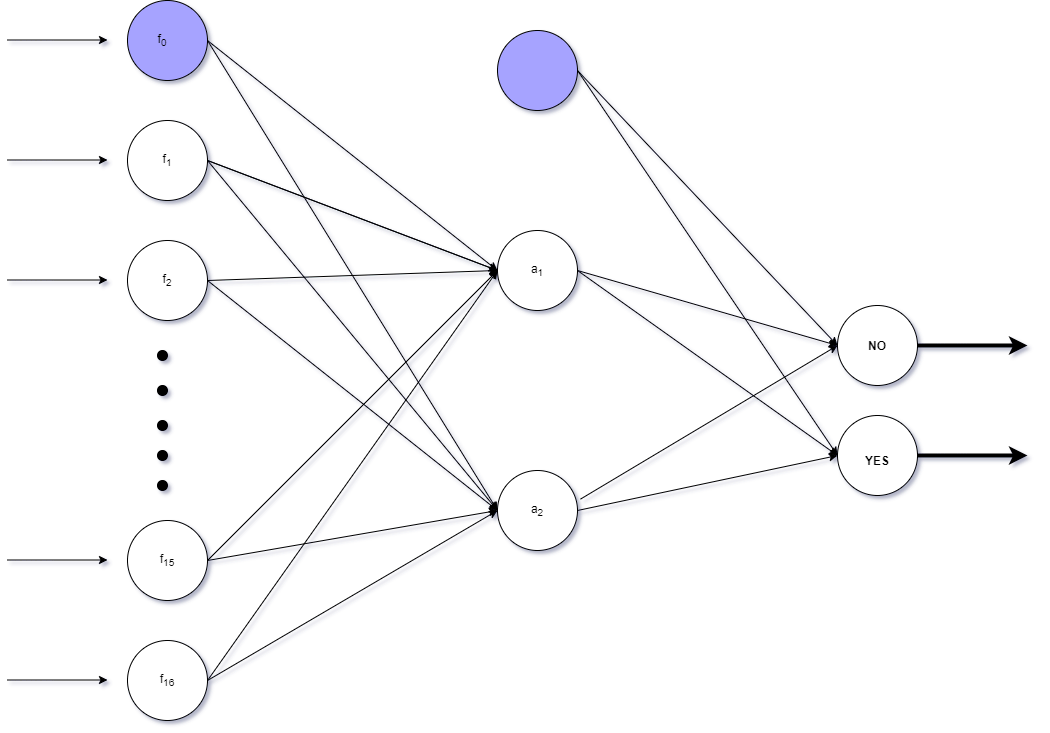
Earlier version of the draw.io export neuralNetwork.png (XavierCharlie/ML_Assignment). Source tidied: cells renumbered, new cells last; positions are measured from the earlier drawing's top-left corner, leaving out a move shared by most shapes. Source of this version:
```xml
<mxGraphModel shadow="1">
  <root>
    <mxCell id="0" />
    <mxCell id="1" parent="0" />
    <mxCell id="2" style="ellipse;whiteSpace=wrap;html=1;fillColor=#A6A3FF;" parent="1" vertex="1">
      <mxGeometry x="120" width="80" height="80" as="geometry" />
    </mxCell>
    <mxCell id="3" style="ellipse;whiteSpace=wrap;html=1;" parent="1" vertex="1">
      <mxGeometry x="120" y="120" width="80" height="80" as="geometry" />
    </mxCell>
    <mxCell id="4" style="ellipse;whiteSpace=wrap;html=1;" parent="1" vertex="1">
      <mxGeometry x="120" y="240" width="80" height="80" as="geometry" />
    </mxCell>
    <mxCell id="5" style="ellipse;whiteSpace=wrap;html=1;" parent="1" vertex="1">
      <mxGeometry x="120" y="520" width="80" height="80" as="geometry" />
    </mxCell>
    <mxCell id="6" style="ellipse;whiteSpace=wrap;html=1;fillColor=#000000;" parent="1" vertex="1">
      <mxGeometry x="150" y="350" width="10" height="10" as="geometry" />
    </mxCell>
    <mxCell id="7" style="ellipse;whiteSpace=wrap;html=1;fillColor=#000000;" parent="1" vertex="1">
      <mxGeometry x="150" y="385" width="10" height="10" as="geometry" />
    </mxCell>
    <mxCell id="8" style="ellipse;whiteSpace=wrap;html=1;fillColor=#000000;" parent="1" vertex="1">
      <mxGeometry x="150" y="420" width="10" height="10" as="geometry" />
    </mxCell>
    <mxCell id="9" style="ellipse;whiteSpace=wrap;html=1;fillColor=#000000;" parent="1" vertex="1">
      <mxGeometry x="150" y="450" width="10" height="10" as="geometry" />
    </mxCell>
    <mxCell id="10" style="ellipse;whiteSpace=wrap;html=1;fillColor=#000000;" parent="1" vertex="1">
      <mxGeometry x="150" y="480" width="10" height="10" as="geometry" />
    </mxCell>
    <mxCell id="11" style="ellipse;whiteSpace=wrap;html=1;" parent="1" vertex="1">
      <mxGeometry x="120" y="640" width="80" height="80" as="geometry" />
    </mxCell>
    <mxCell id="12" value="f&lt;sub&gt;2&lt;/sub&gt;" style="text;html=1;strokeColor=none;fillColor=none;align=center;verticalAlign=middle;whiteSpace=wrap;rounded=0;" parent="1" vertex="1">
      <mxGeometry x="140" y="270" width="40" height="20" as="geometry" />
    </mxCell>
    <mxCell id="13" value="f&lt;sub&gt;0&lt;/sub&gt;" style="text;html=1;strokeColor=none;fillColor=none;align=center;verticalAlign=middle;whiteSpace=wrap;rounded=0;" parent="1" vertex="1">
      <mxGeometry x="135" y="30" width="40" height="20" as="geometry" />
    </mxCell>
    <mxCell id="14" value="f&lt;sub&gt;1&lt;/sub&gt;" style="text;html=1;strokeColor=none;fillColor=none;align=center;verticalAlign=middle;whiteSpace=wrap;rounded=0;" parent="1" vertex="1">
      <mxGeometry x="140" y="150" width="40" height="20" as="geometry" />
    </mxCell>
    <mxCell id="15" value="f&lt;sub&gt;16&lt;/sub&gt;" style="text;html=1;strokeColor=none;fillColor=none;align=center;verticalAlign=middle;whiteSpace=wrap;rounded=0;" parent="1" vertex="1">
      <mxGeometry x="140" y="670" width="40" height="20" as="geometry" />
    </mxCell>
    <mxCell id="16" value="f&lt;sub&gt;15&lt;/sub&gt;" style="text;html=1;strokeColor=none;fillColor=none;align=center;verticalAlign=middle;whiteSpace=wrap;rounded=0;" parent="1" vertex="1">
      <mxGeometry x="140" y="550" width="40" height="20" as="geometry" />
    </mxCell>
    <mxCell id="17" style="endArrow=classic;html=1;" parent="1" edge="1">
      <mxGeometry relative="1" as="geometry">
        <mxPoint y="39.5" as="sourcePoint" />
        <mxPoint x="100" y="39.5" as="targetPoint" />
      </mxGeometry>
    </mxCell>
    <mxCell id="18" style="endArrow=classic;html=1;" parent="1" edge="1">
      <mxGeometry relative="1" as="geometry">
        <mxPoint y="159.5" as="sourcePoint" />
        <mxPoint x="100" y="159.5" as="targetPoint" />
      </mxGeometry>
    </mxCell>
    <mxCell id="19" style="endArrow=classic;html=1;" parent="1" edge="1">
      <mxGeometry relative="1" as="geometry">
        <mxPoint y="279.5" as="sourcePoint" />
        <mxPoint x="100" y="279.5" as="targetPoint" />
      </mxGeometry>
    </mxCell>
    <mxCell id="20" style="endArrow=classic;html=1;" parent="1" edge="1">
      <mxGeometry relative="1" as="geometry">
        <mxPoint y="559.5" as="sourcePoint" />
        <mxPoint x="100" y="559.5" as="targetPoint" />
      </mxGeometry>
    </mxCell>
    <mxCell id="21" style="endArrow=classic;html=1;" parent="1" edge="1">
      <mxGeometry relative="1" as="geometry">
        <mxPoint y="679.5" as="sourcePoint" />
        <mxPoint x="100" y="679.5" as="targetPoint" />
      </mxGeometry>
    </mxCell>
    <mxCell id="22" style="ellipse;whiteSpace=wrap;html=1;fillColor=#A6A3FF;" parent="1" vertex="1">
      <mxGeometry x="490" y="30" width="80" height="80" as="geometry" />
    </mxCell>
    <mxCell id="23" style="ellipse;whiteSpace=wrap;html=1;" parent="1" vertex="1">
      <mxGeometry x="490" y="230" width="80" height="80" as="geometry" />
    </mxCell>
    <mxCell id="24" value="a&lt;sub&gt;2&lt;/sub&gt;" style="ellipse;whiteSpace=wrap;html=1;" parent="1" vertex="1">
      <mxGeometry x="490" y="470" width="80" height="80" as="geometry" />
    </mxCell>
    <mxCell id="25" style="ellipse;whiteSpace=wrap;html=1;" parent="1" vertex="1">
      <mxGeometry x="830" y="305" width="80" height="80" as="geometry" />
    </mxCell>
    <mxCell id="26" style="ellipse;whiteSpace=wrap;html=1;" parent="1" vertex="1">
      <mxGeometry x="830" y="415" width="80" height="80" as="geometry" />
    </mxCell>
    <mxCell id="27" style="endArrow=classic;html=1;exitX=1;exitY=0.5;exitDx=0;exitDy=0;entryX=0;entryY=0.5;entryDx=0;entryDy=0;" parent="1" edge="1" source="3" target="23">
      <mxGeometry relative="1" as="geometry" />
    </mxCell>
    <mxCell id="28" style="endArrow=classic;html=1;exitX=1;exitY=0.5;exitDx=0;exitDy=0;entryX=0;entryY=0.5;entryDx=0;entryDy=0;" parent="1" edge="1" source="2" target="23">
      <mxGeometry relative="1" as="geometry" />
    </mxCell>
    <mxCell id="29" style="endArrow=classic;html=1;exitX=1;exitY=0.5;exitDx=0;exitDy=0;entryX=0;entryY=0.5;entryDx=0;entryDy=0;" parent="1" edge="1" source="2" target="24">
      <mxGeometry relative="1" as="geometry" />
    </mxCell>
    <mxCell id="30" style="endArrow=classic;html=1;exitX=1;exitY=0.5;exitDx=0;exitDy=0;entryX=0;entryY=0.5;entryDx=0;entryDy=0;" parent="1" edge="1" source="3" target="23">
      <mxGeometry relative="1" as="geometry" />
    </mxCell>
    <mxCell id="31" style="endArrow=classic;html=1;exitX=1;exitY=0.5;exitDx=0;exitDy=0;entryX=0;entryY=0.5;entryDx=0;entryDy=0;" parent="1" edge="1" source="4" target="23">
      <mxGeometry relative="1" as="geometry" />
    </mxCell>
    <mxCell id="32" style="endArrow=classic;html=1;exitX=1;exitY=0.5;exitDx=0;exitDy=0;entryX=0;entryY=0.5;entryDx=0;entryDy=0;" parent="1" edge="1" source="3" target="24">
      <mxGeometry relative="1" as="geometry" />
    </mxCell>
    <mxCell id="33" style="endArrow=classic;html=1;exitX=1;exitY=0.5;exitDx=0;exitDy=0;entryX=0;entryY=0.5;entryDx=0;entryDy=0;" parent="1" edge="1" source="4" target="24">
      <mxGeometry relative="1" as="geometry" />
    </mxCell>
    <mxCell id="34" style="endArrow=classic;html=1;exitX=1;exitY=0.5;exitDx=0;exitDy=0;entryX=0;entryY=0.5;entryDx=0;entryDy=0;" parent="1" edge="1" source="5" target="23">
      <mxGeometry relative="1" as="geometry" />
    </mxCell>
    <mxCell id="35" style="endArrow=classic;html=1;exitX=1;exitY=0.5;exitDx=0;exitDy=0;entryX=0;entryY=0.5;entryDx=0;entryDy=0;" parent="1" edge="1" source="5" target="24">
      <mxGeometry relative="1" as="geometry" />
    </mxCell>
    <mxCell id="36" style="endArrow=classic;html=1;exitX=1;exitY=0.5;exitDx=0;exitDy=0;entryX=0;entryY=0.5;entryDx=0;entryDy=0;" parent="1" edge="1" source="11" target="23">
      <mxGeometry relative="1" as="geometry" />
    </mxCell>
    <mxCell id="37" style="endArrow=classic;html=1;exitX=1;exitY=0.5;exitDx=0;exitDy=0;entryX=0;entryY=0.5;entryDx=0;entryDy=0;" parent="1" edge="1" source="11" target="24">
      <mxGeometry relative="1" as="geometry" />
    </mxCell>
    <mxCell id="38" style="endArrow=classic;html=1;exitX=1;exitY=0.5;exitDx=0;exitDy=0;entryX=0;entryY=0.5;entryDx=0;entryDy=0;" parent="1" edge="1" source="22" target="25">
      <mxGeometry relative="1" as="geometry" />
    </mxCell>
    <mxCell id="39" style="endArrow=classic;html=1;exitX=1;exitY=0.5;exitDx=0;exitDy=0;entryX=0;entryY=0.5;entryDx=0;entryDy=0;" parent="1" edge="1" source="23" target="25">
      <mxGeometry relative="1" as="geometry" />
    </mxCell>
    <mxCell id="40" style="endArrow=classic;html=1;exitX=1.037;exitY=0.358;exitDx=0;exitDy=0;exitPerimeter=0;entryX=0;entryY=0.5;entryDx=0;entryDy=0;" parent="1" edge="1" source="24" target="25">
      <mxGeometry relative="1" as="geometry" />
    </mxCell>
    <mxCell id="41" style="endArrow=classic;html=1;exitX=1;exitY=0.5;exitDx=0;exitDy=0;entryX=0;entryY=0.5;entryDx=0;entryDy=0;" parent="1" edge="1" source="22" target="26">
      <mxGeometry relative="1" as="geometry" />
    </mxCell>
    <mxCell id="42" style="endArrow=classic;html=1;entryX=0;entryY=0.5;entryDx=0;entryDy=0;exitX=1;exitY=0.5;exitDx=0;exitDy=0;" parent="1" edge="1" source="23" target="26">
      <mxGeometry relative="1" as="geometry" />
    </mxCell>
    <mxCell id="43" style="endArrow=classic;html=1;exitX=1;exitY=0.5;exitDx=0;exitDy=0;entryX=0;entryY=0.5;entryDx=0;entryDy=0;" parent="1" edge="1" source="24" target="26">
      <mxGeometry relative="1" as="geometry" />
    </mxCell>
    <mxCell id="44" style="endArrow=classic;html=1;exitX=1;exitY=0.5;exitDx=0;exitDy=0;rounded=0;strokeWidth=4;" parent="1" edge="1" source="25">
      <mxGeometry relative="1" as="geometry">
        <mxPoint x="1020" y="345" as="targetPoint" />
      </mxGeometry>
    </mxCell>
    <mxCell id="45" style="endArrow=classic;html=1;exitX=1;exitY=0.5;exitDx=0;exitDy=0;strokeWidth=4;" parent="1" edge="1" source="26">
      <mxGeometry relative="1" as="geometry">
        <mxPoint x="1020" y="455" as="targetPoint" />
      </mxGeometry>
    </mxCell>
    <mxCell id="46" value="&lt;b&gt;YES&lt;/b&gt;" style="text;html=1;strokeColor=none;fillColor=none;align=center;verticalAlign=middle;whiteSpace=wrap;rounded=0;" parent="1" vertex="1">
      <mxGeometry x="850" y="450" width="40" height="20" as="geometry" />
    </mxCell>
    <mxCell id="47" value="&lt;b&gt;NO&lt;/b&gt;" style="text;html=1;strokeColor=none;fillColor=none;align=center;verticalAlign=middle;whiteSpace=wrap;rounded=0;" parent="1" vertex="1">
      <mxGeometry x="850" y="335" width="40" height="20" as="geometry" />
    </mxCell>
    <mxCell id="48" value="a&lt;sub&gt;1&lt;/sub&gt;" style="text;html=1;strokeColor=none;fillColor=none;align=center;verticalAlign=middle;whiteSpace=wrap;rounded=0;" parent="1" vertex="1">
      <mxGeometry x="510" y="260" width="40" height="20" as="geometry" />
    </mxCell>
  </root>
</mxGraphModel>
```
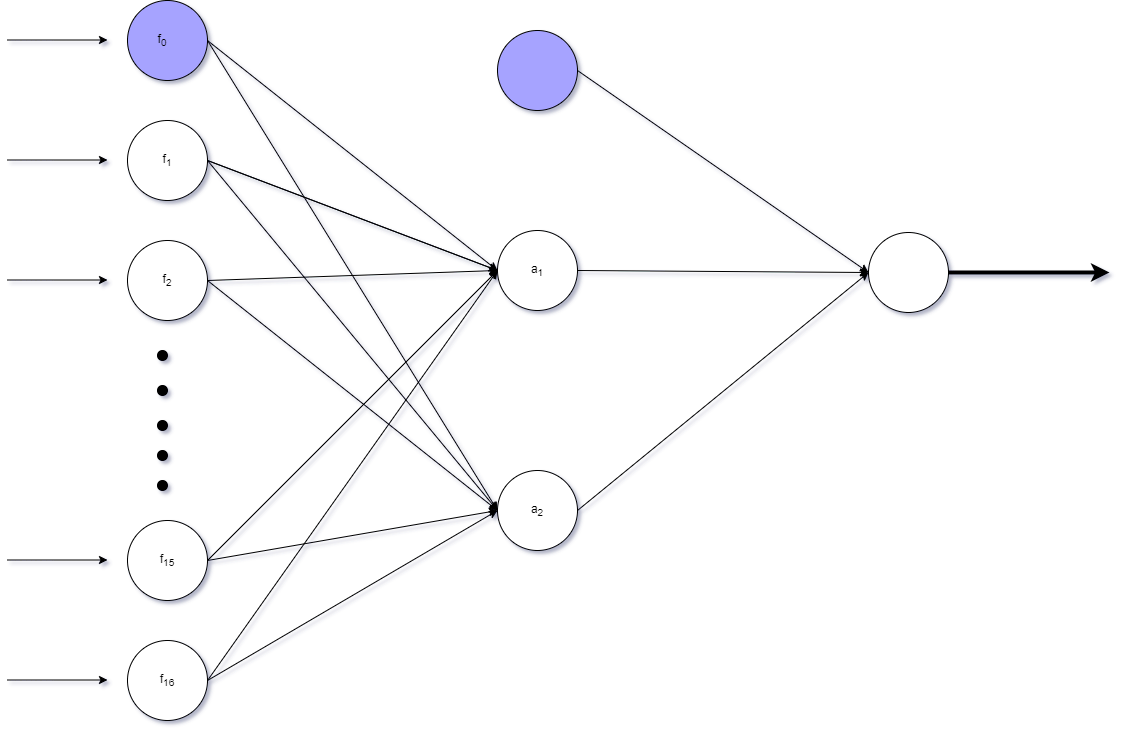
Above is the later version.

Diff of the diagram source:
```diff
@@ -86,11 +86,8 @@
     <mxCell id="24" value="a&lt;sub&gt;2&lt;/sub&gt;" style="ellipse;whiteSpace=wrap;html=1;" parent="1" vertex="1">
       <mxGeometry x="490" y="470" width="80" height="80" as="geometry" />
     </mxCell>
-    <mxCell id="25" style="ellipse;whiteSpace=wrap;html=1;" parent="1" vertex="1">
-      <mxGeometry x="830" y="305" width="80" height="80" as="geometry" />
-    </mxCell>
     <mxCell id="26" style="ellipse;whiteSpace=wrap;html=1;" parent="1" vertex="1">
-      <mxGeometry x="830" y="415" width="80" height="80" as="geometry" />
+      <mxGeometry x="861" y="232" width="80" height="80" as="geometry" />
     </mxCell>
     <mxCell id="27" style="endArrow=classic;html=1;exitX=1;exitY=0.5;exitDx=0;exitDy=0;entryX=0;entryY=0.5;entryDx=0;entryDy=0;" parent="1" edge="1" source="3" target="23">
       <mxGeometry relative="1" as="geometry" />
@@ -125,15 +122,6 @@
     <mxCell id="37" style="endArrow=classic;html=1;exitX=1;exitY=0.5;exitDx=0;exitDy=0;entryX=0;entryY=0.5;entryDx=0;entryDy=0;" parent="1" edge="1" source="11" target="24">
       <mxGeometry relative="1" as="geometry" />
     </mxCell>
-    <mxCell id="38" style="endArrow=classic;html=1;exitX=1;exitY=0.5;exitDx=0;exitDy=0;entryX=0;entryY=0.5;entryDx=0;entryDy=0;" parent="1" edge="1" source="22" target="25">
-      <mxGeometry relative="1" as="geometry" />
-    </mxCell>
-    <mxCell id="39" style="endArrow=classic;html=1;exitX=1;exitY=0.5;exitDx=0;exitDy=0;entryX=0;entryY=0.5;entryDx=0;entryDy=0;" parent="1" edge="1" source="23" target="25">
-      <mxGeometry relative="1" as="geometry" />
-    </mxCell>
-    <mxCell id="40" style="endArrow=classic;html=1;exitX=1.037;exitY=0.358;exitDx=0;exitDy=0;exitPerimeter=0;entryX=0;entryY=0.5;entryDx=0;entryDy=0;" parent="1" edge="1" source="24" target="25">
-      <mxGeometry relative="1" as="geometry" />
-    </mxCell>
     <mxCell id="41" style="endArrow=classic;html=1;exitX=1;exitY=0.5;exitDx=0;exitDy=0;entryX=0;entryY=0.5;entryDx=0;entryDy=0;" parent="1" edge="1" source="22" target="26">
       <mxGeometry relative="1" as="geometry" />
     </mxCell>
@@ -143,22 +131,11 @@
     <mxCell id="43" style="endArrow=classic;html=1;exitX=1;exitY=0.5;exitDx=0;exitDy=0;entryX=0;entryY=0.5;entryDx=0;entryDy=0;" parent="1" edge="1" source="24" target="26">
       <mxGeometry relative="1" as="geometry" />
     </mxCell>
-    <mxCell id="44" style="endArrow=classic;html=1;exitX=1;exitY=0.5;exitDx=0;exitDy=0;rounded=0;strokeWidth=4;" parent="1" edge="1" source="25">
-      <mxGeometry relative="1" as="geometry">
-        <mxPoint x="1020" y="345" as="targetPoint" />
-      </mxGeometry>
-    </mxCell>
     <mxCell id="45" style="endArrow=classic;html=1;exitX=1;exitY=0.5;exitDx=0;exitDy=0;strokeWidth=4;" parent="1" edge="1" source="26">
       <mxGeometry relative="1" as="geometry">
-        <mxPoint x="1020" y="455" as="targetPoint" />
+        <mxPoint x="1102" y="272" as="targetPoint" />
       </mxGeometry>
     </mxCell>
-    <mxCell id="46" value="&lt;b&gt;YES&lt;/b&gt;" style="text;html=1;strokeColor=none;fillColor=none;align=center;verticalAlign=middle;whiteSpace=wrap;rounded=0;" parent="1" vertex="1">
-      <mxGeometry x="850" y="450" width="40" height="20" as="geometry" />
-    </mxCell>
-    <mxCell id="47" value="&lt;b&gt;NO&lt;/b&gt;" style="text;html=1;strokeColor=none;fillColor=none;align=center;verticalAlign=middle;whiteSpace=wrap;rounded=0;" parent="1" vertex="1">
-      <mxGeometry x="850" y="335" width="40" height="20" as="geometry" />
-    </mxCell>
     <mxCell id="48" value="a&lt;sub&gt;1&lt;/sub&gt;" style="text;html=1;strokeColor=none;fillColor=none;align=center;verticalAlign=middle;whiteSpace=wrap;rounded=0;" parent="1" vertex="1">
       <mxGeometry x="510" y="260" width="40" height="20" as="geometry" />
     </mxCell>
```
